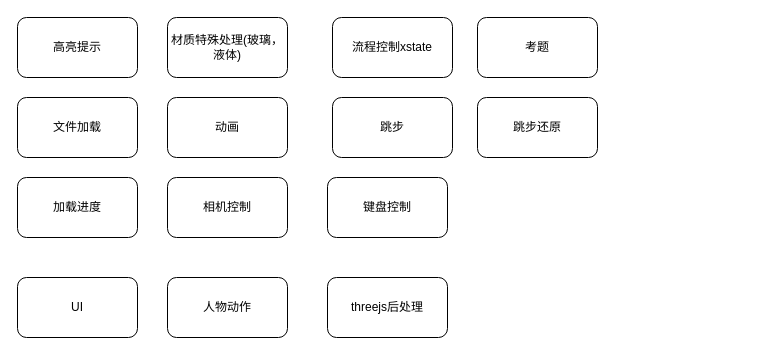
Before: 未命名绘图.drawio in Jinxishihenian/mind_mapping, a draw.io diagram. Source tidied: cells renumbered, new cells numbered last; positions are measured from the earlier drawing's top-left corner, leaving out a move shared by most shapes. Both pictures are drawn from the tidied source at 100%, with x=0, y=0 at pixel (17, 17).
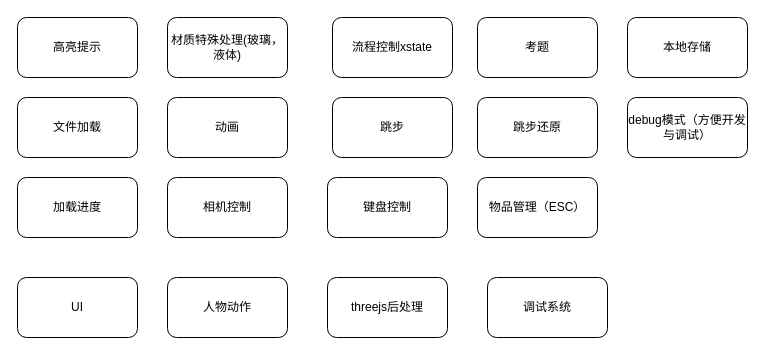
The same diagram, later.

Commit message:
更新未命名绘图.drawio

The edit, as a diff of the source:
```diff
@@
 <mxGraphModel>
   <root>
     <mxCell id="0" />
     <mxCell id="1" parent="0" />
     <mxCell id="2" value="高亮提示" style="rounded=1;whiteSpace=wrap;html=1;" parent="1" vertex="1">
       <mxGeometry width="120" height="60" as="geometry" />
     </mxCell>
     <mxCell id="3" value="文件加载" style="rounded=1;whiteSpace=wrap;html=1;" parent="1" vertex="1">
       <mxGeometry y="80" width="120" height="60" as="geometry" />
     </mxCell>
     <mxCell id="4" value="加载进度" style="rounded=1;whiteSpace=wrap;html=1;" parent="1" vertex="1">
       <mxGeometry y="160" width="120" height="60" as="geometry" />
     </mxCell>
     <mxCell id="5" value="UI" style="rounded=1;whiteSpace=wrap;html=1;" parent="1" vertex="1">
       <mxGeometry y="260" width="120" height="60" as="geometry" />
     </mxCell>
     <mxCell id="6" value="材质特殊处理(玻璃，液体)" style="rounded=1;whiteSpace=wrap;html=1;" parent="1" vertex="1">
       <mxGeometry x="150" width="120" height="60" as="geometry" />
     </mxCell>
     <mxCell id="7" value="动画" style="rounded=1;whiteSpace=wrap;html=1;" parent="1" vertex="1">
       <mxGeometry x="150" y="80" width="120" height="60" as="geometry" />
     </mxCell>
     <mxCell id="8" value="相机控制" style="rounded=1;whiteSpace=wrap;html=1;" parent="1" vertex="1">
       <mxGeometry x="150" y="160" width="120" height="60" as="geometry" />
     </mxCell>
     <mxCell id="9" value="人物动作" style="rounded=1;whiteSpace=wrap;html=1;" parent="1" vertex="1">
       <mxGeometry x="150" y="260" width="120" height="60" as="geometry" />
     </mxCell>
     <mxCell id="10" value="流程控制xstate" style="rounded=1;whiteSpace=wrap;html=1;" parent="1" vertex="1">
       <mxGeometry x="315" width="120" height="60" as="geometry" />
     </mxCell>
     <mxCell id="11" value="跳步" style="rounded=1;whiteSpace=wrap;html=1;" parent="1" vertex="1">
       <mxGeometry x="315" y="80" width="120" height="60" as="geometry" />
     </mxCell>
     <mxCell id="12" value="键盘控制" style="rounded=1;whiteSpace=wrap;html=1;" parent="1" vertex="1">
       <mxGeometry x="310" y="160" width="120" height="60" as="geometry" />
     </mxCell>
     <mxCell id="13" value="threejs后处理" style="rounded=1;whiteSpace=wrap;html=1;" parent="1" vertex="1">
       <mxGeometry x="310" y="260" width="120" height="60" as="geometry" />
     </mxCell>
     <mxCell id="14" value="跳步还原" style="rounded=1;whiteSpace=wrap;html=1;" parent="1" vertex="1">
       <mxGeometry x="460" y="80" width="120" height="60" as="geometry" />
     </mxCell>
     <mxCell id="15" value="考题" style="rounded=1;whiteSpace=wrap;html=1;" parent="1" vertex="1">
       <mxGeometry x="460" width="120" height="60" as="geometry" />
     </mxCell>
+    <mxCell id="16" value="物品管理（ESC）" style="rounded=1;whiteSpace=wrap;html=1;" parent="1" vertex="1">
+      <mxGeometry x="460" y="160" width="120" height="60" as="geometry" />
+    </mxCell>
+    <mxCell id="17" value="调试系统" style="rounded=1;whiteSpace=wrap;html=1;" parent="1" vertex="1">
+      <mxGeometry x="470" y="260" width="120" height="60" as="geometry" />
+    </mxCell>
+    <mxCell id="18" value="本地存储" style="rounded=1;whiteSpace=wrap;html=1;" parent="1" vertex="1">
+      <mxGeometry x="610" width="120" height="60" as="geometry" />
+    </mxCell>
+    <mxCell id="19" value="debug模式（方便开发与调试）" style="rounded=1;whiteSpace=wrap;html=1;" parent="1" vertex="1">
+      <mxGeometry x="610" y="80" width="120" height="60" as="geometry" />
+    </mxCell>
   </root>
 </mxGraphModel>
```
